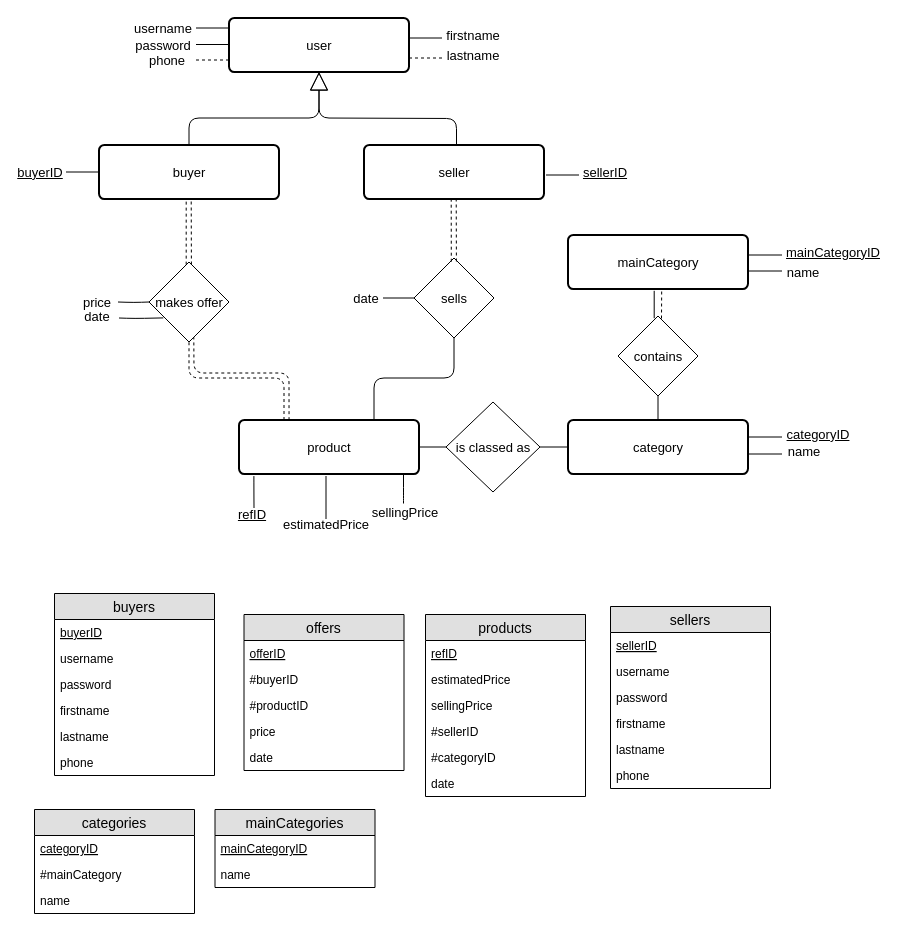
This is modeleEA/modeleEA.drawio from JonathanCaspar/Database-Project, a draw.io file, before an edit. Source tidied: cells renumbered, new cells numbered last; positions are measured from the earlier drawing's top-left corner, leaving out a move shared by most shapes. Both pictures are drawn from the tidied source at 100%, with x=0, y=0 at pixel (19, 17).
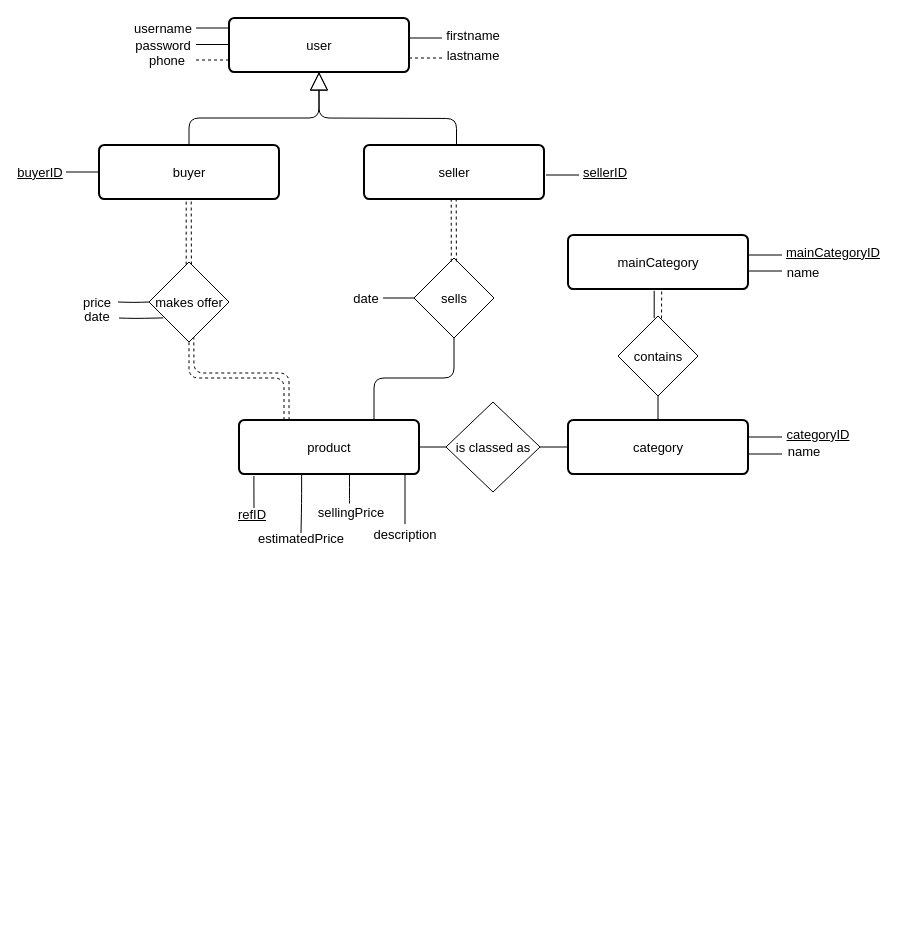
The same page after the edit.

Unchanged cells that the change refers to:
```xml
<mxCell id="38" value="product&lt;br style=&quot;font-size: 13px;&quot;&gt;" style="strokeWidth=2;rounded=1;arcSize=10;whiteSpace=wrap;html=1;align=center;fontSize=13;" parent="1" vertex="1">
  <mxGeometry x="219.5" y="402.5" width="180" height="54" as="geometry" />
</mxCell>
```

Change to the diagram source:
```diff
@@
-    <mxCell id="2" value="buyers" style="swimlane;fontStyle=0;horizontal=1;startSize=26;fillColor=#e0e0e0;swimlaneFillColor=#ffffff;align=center;fontSize=14;" parent="1" vertex="1">
-      <mxGeometry x="35" y="576" width="160" height="182" as="geometry" />
-    </mxCell>
-    <mxCell id="3" value="buyerID" style="text;strokeColor=none;fillColor=none;spacingLeft=4;spacingRight=4;overflow=hidden;fontSize=12;fontStyle=4;" parent="2" vertex="1">
-      <mxGeometry y="26" width="160" height="26" as="geometry" />
-    </mxCell>
-    <mxCell id="4" value="username" style="text;strokeColor=none;fillColor=none;spacingLeft=4;spacingRight=4;overflow=hidden;fontSize=12;" parent="2" vertex="1">
-      <mxGeometry y="52" width="160" height="26" as="geometry" />
-    </mxCell>
-    <mxCell id="5" value="password" style="text;strokeColor=none;fillColor=none;spacingLeft=4;spacingRight=4;overflow=hidden;fontSize=12;" parent="2" vertex="1">
-      <mxGeometry y="78" width="160" height="26" as="geometry" />
-    </mxCell>
-    <mxCell id="6" value="firstname" style="text;strokeColor=none;fillColor=none;spacingLeft=4;spacingRight=4;overflow=hidden;fontSize=12;" parent="2" vertex="1">
-      <mxGeometry y="104" width="160" height="26" as="geometry" />
-    </mxCell>
-    <mxCell id="7" value="lastname" style="text;strokeColor=none;fillColor=none;spacingLeft=4;spacingRight=4;overflow=hidden;fontSize=12;" parent="2" vertex="1">
-      <mxGeometry y="130" width="160" height="26" as="geometry" />
-    </mxCell>
-    <mxCell id="8" value="phone" style="text;strokeColor=none;fillColor=none;spacingLeft=4;spacingRight=4;overflow=hidden;fontSize=12;" parent="2" vertex="1">
-      <mxGeometry y="156" width="160" height="26" as="geometry" />
-    </mxCell>
-    <mxCell id="9" value="sellers" style="swimlane;fontStyle=0;horizontal=1;startSize=26;fillColor=#e0e0e0;swimlaneFillColor=#ffffff;align=center;fontSize=14;" parent="1" vertex="1">
-      <mxGeometry x="591" y="589" width="160" height="182" as="geometry" />
-    </mxCell>
-    <mxCell id="10" value="sellerID" style="text;strokeColor=none;fillColor=none;spacingLeft=4;spacingRight=4;overflow=hidden;fontSize=12;fontStyle=4;" parent="9" vertex="1">
-      <mxGeometry y="26" width="160" height="26" as="geometry" />
-    </mxCell>
-    <mxCell id="11" value="username" style="text;strokeColor=none;fillColor=none;spacingLeft=4;spacingRight=4;overflow=hidden;fontSize=12;" parent="9" vertex="1">
-      <mxGeometry y="52" width="160" height="26" as="geometry" />
-    </mxCell>
-    <mxCell id="12" value="password" style="text;strokeColor=none;fillColor=none;spacingLeft=4;spacingRight=4;overflow=hidden;fontSize=12;" parent="9" vertex="1">
-      <mxGeometry y="78" width="160" height="26" as="geometry" />
-    </mxCell>
-    <mxCell id="13" value="firstname" style="text;strokeColor=none;fillColor=none;spacingLeft=4;spacingRight=4;overflow=hidden;fontSize=12;" parent="9" vertex="1">
-      <mxGeometry y="104" width="160" height="26" as="geometry" />
-    </mxCell>
-    <mxCell id="14" value="lastname" style="text;strokeColor=none;fillColor=none;spacingLeft=4;spacingRight=4;overflow=hidden;fontSize=12;" parent="9" vertex="1">
-      <mxGeometry y="130" width="160" height="26" as="geometry" />
-    </mxCell>
-    <mxCell id="15" value="phone" style="text;strokeColor=none;fillColor=none;spacingLeft=4;spacingRight=4;overflow=hidden;fontSize=12;" parent="9" vertex="1">
-      <mxGeometry y="156" width="160" height="26" as="geometry" />
-    </mxCell>
-    <mxCell id="16" value="products" style="swimlane;fontStyle=0;horizontal=1;startSize=26;fillColor=#e0e0e0;swimlaneFillColor=#ffffff;align=center;fontSize=14;" parent="1" vertex="1">
-      <mxGeometry x="406" y="597" width="160" height="182" as="geometry" />
-    </mxCell>
-    <mxCell id="17" value="refID" style="text;strokeColor=none;fillColor=none;spacingLeft=4;spacingRight=4;overflow=hidden;fontSize=12;fontStyle=4;" parent="16" vertex="1">
-      <mxGeometry y="26" width="160" height="26" as="geometry" />
-    </mxCell>
-    <mxCell id="18" value="estimatedPrice" style="text;strokeColor=none;fillColor=none;spacingLeft=4;spacingRight=4;overflow=hidden;fontSize=12;" parent="16" vertex="1">
-      <mxGeometry y="52" width="160" height="26" as="geometry" />
-    </mxCell>
-    <mxCell id="19" value="sellingPrice" style="text;strokeColor=none;fillColor=none;spacingLeft=4;spacingRight=4;overflow=hidden;fontSize=12;" parent="16" vertex="1">
-      <mxGeometry y="78" width="160" height="26" as="geometry" />
-    </mxCell>
-    <mxCell id="20" value="#sellerID" style="text;strokeColor=none;fillColor=none;spacingLeft=4;spacingRight=4;overflow=hidden;fontSize=12;" parent="16" vertex="1">
-      <mxGeometry y="104" width="160" height="26" as="geometry" />
-    </mxCell>
-    <mxCell id="21" value="#categoryID" style="text;strokeColor=none;fillColor=none;spacingLeft=4;spacingRight=4;overflow=hidden;fontSize=12;" parent="16" vertex="1">
-      <mxGeometry y="130" width="160" height="26" as="geometry" />
-    </mxCell>
-    <mxCell id="22" value="date" style="text;strokeColor=none;fillColor=none;spacingLeft=4;spacingRight=4;overflow=hidden;fontSize=12;" parent="16" vertex="1">
-      <mxGeometry y="156" width="160" height="26" as="geometry" />
-    </mxCell>
-    <mxCell id="23" value="offers" style="swimlane;fontStyle=0;horizontal=1;startSize=26;fillColor=#e0e0e0;swimlaneFillColor=#ffffff;align=center;fontSize=14;" parent="1" vertex="1">
-      <mxGeometry x="224.5" y="597" width="160" height="156" as="geometry" />
-    </mxCell>
-    <mxCell id="24" value="offerID" style="text;strokeColor=none;fillColor=none;spacingLeft=4;spacingRight=4;overflow=hidden;fontSize=12;fontStyle=4;" parent="23" vertex="1">
-      <mxGeometry y="26" width="160" height="26" as="geometry" />
-    </mxCell>
-    <mxCell id="25" value="#buyerID" style="text;strokeColor=none;fillColor=none;spacingLeft=4;spacingRight=4;overflow=hidden;fontSize=12;" parent="23" vertex="1">
-      <mxGeometry y="52" width="160" height="26" as="geometry" />
-    </mxCell>
-    <mxCell id="26" value="#productID" style="text;strokeColor=none;fillColor=none;spacingLeft=4;spacingRight=4;overflow=hidden;fontSize=12;" parent="23" vertex="1">
-      <mxGeometry y="78" width="160" height="26" as="geometry" />
-    </mxCell>
-    <mxCell id="27" value="price" style="text;strokeColor=none;fillColor=none;spacingLeft=4;spacingRight=4;overflow=hidden;fontSize=12;" parent="23" vertex="1">
-      <mxGeometry y="104" width="160" height="26" as="geometry" />
-    </mxCell>
-    <mxCell id="28" value="date" style="text;strokeColor=none;fillColor=none;spacingLeft=4;spacingRight=4;overflow=hidden;fontSize=12;" parent="23" vertex="1">
-      <mxGeometry y="130" width="160" height="26" as="geometry" />
-    </mxCell>
-    <mxCell id="29" value="mainCategories" style="swimlane;fontStyle=0;horizontal=1;startSize=26;fillColor=#e0e0e0;swimlaneFillColor=#ffffff;align=center;fontSize=14;" parent="1" vertex="1">
-      <mxGeometry x="195.5" y="792" width="160" height="78" as="geometry" />
-    </mxCell>
-    <mxCell id="30" value="mainCategoryID" style="text;strokeColor=none;fillColor=none;spacingLeft=4;spacingRight=4;overflow=hidden;fontSize=12;fontStyle=4;" parent="29" vertex="1">
-      <mxGeometry y="26" width="160" height="26" as="geometry" />
-    </mxCell>
-    <mxCell id="31" value="name" style="text;strokeColor=none;fillColor=none;spacingLeft=4;spacingRight=4;overflow=hidden;fontSize=12;" parent="29" vertex="1">
-      <mxGeometry y="52" width="160" height="26" as="geometry" />
-    </mxCell>
-    <mxCell id="32" value="categories" style="swimlane;fontStyle=0;horizontal=1;startSize=26;fillColor=#e0e0e0;swimlaneFillColor=#ffffff;align=center;fontSize=14;" parent="1" vertex="1">
-      <mxGeometry x="15" y="792" width="160" height="104" as="geometry" />
-    </mxCell>
-    <mxCell id="33" value="categoryID" style="text;strokeColor=none;fillColor=none;spacingLeft=4;spacingRight=4;overflow=hidden;fontSize=12;fontStyle=4;" parent="32" vertex="1">
-      <mxGeometry y="26" width="160" height="26" as="geometry" />
-    </mxCell>
-    <mxCell id="34" value="#mainCategory&#10;" style="text;strokeColor=none;fillColor=none;spacingLeft=4;spacingRight=4;overflow=hidden;fontSize=12;" parent="32" vertex="1">
-      <mxGeometry y="52" width="160" height="26" as="geometry" />
-    </mxCell>
-    <mxCell id="35" value="name&#10;" style="text;strokeColor=none;fillColor=none;spacingLeft=4;spacingRight=4;overflow=hidden;fontSize=12;" parent="32" vertex="1">
-      <mxGeometry y="78" width="160" height="26" as="geometry" />
-    </mxCell>
@@
-    <mxCell id="79" style="endArrow=none;html=1;edgeStyle=orthogonalEdgeStyle;fontSize=13;fontColor=none;" parent="1" edge="1">
+    <mxCell id="79" style="endArrow=none;html=1;edgeStyle=orthogonalEdgeStyle;fontSize=13;fontColor=none;exitX=0.348;exitY=1.006;exitDx=0;exitDy=0;exitPerimeter=0;" parent="1" edge="1" source="38">
       <mxGeometry relative="1" as="geometry">
-        <mxPoint x="306.5" y="458.5" as="sourcePoint" />
-        <mxPoint x="306.5" y="501.5" as="targetPoint" />
-        <Array as="points">
-          <mxPoint x="306.5" y="480.5" />
-          <mxPoint x="306.5" y="480.5" />
-        </Array>
+        <mxPoint x="281.5" y="515.5" as="targetPoint" />
       </mxGeometry>
     </mxCell>
     <mxCell id="80" value="&lt;span style=&quot;font-size: 13px;&quot;&gt;estimatedPrice&lt;/span&gt;" style="text;html=1;strokeColor=none;fillColor=none;align=center;verticalAlign=middle;whiteSpace=wrap;rounded=0;fontSize=13;fontColor=none;fontStyle=0;" parent="1" vertex="1">
-      <mxGeometry x="286.5" y="496.7" width="40" height="20" as="geometry" />
+      <mxGeometry x="261.5" y="510.7" width="40" height="20" as="geometry" />
     </mxCell>
     <mxCell id="81" style="endArrow=none;html=1;edgeStyle=orthogonalEdgeStyle;fontSize=13;fontColor=none;" parent="1" edge="1">
       <mxGeometry relative="1" as="geometry">
-        <mxPoint x="384" y="457" as="sourcePoint" />
-        <mxPoint x="384" y="486" as="targetPoint" />
+        <mxPoint x="330" y="457" as="sourcePoint" />
+        <mxPoint x="330" y="486" as="targetPoint" />
         <Array as="points">
-          <mxPoint x="384" y="480" />
-          <mxPoint x="384" y="480" />
+          <mxPoint x="330" y="480" />
+          <mxPoint x="330" y="480" />
         </Array>
       </mxGeometry>
     </mxCell>
     <mxCell id="82" value="&lt;span style=&quot;font-size: 13px;&quot;&gt;sellingPrice&lt;/span&gt;" style="text;html=1;strokeColor=none;fillColor=none;align=center;verticalAlign=middle;whiteSpace=wrap;rounded=0;fontSize=13;fontColor=none;fontStyle=0;" parent="1" vertex="1">
-      <mxGeometry x="366" y="484.7" width="40" height="20" as="geometry" />
+      <mxGeometry x="312" y="484.7" width="40" height="20" as="geometry" />
     </mxCell>
@@
+    <mxCell id="94" style="endArrow=none;html=1;edgeStyle=orthogonalEdgeStyle;fontSize=13;fontColor=none;entryX=0.5;entryY=0;entryDx=0;entryDy=0;" parent="1" edge="1" target="95">
+      <mxGeometry relative="1" as="geometry">
+        <mxPoint x="384.6" y="456.8" as="sourcePoint" />
+        <Array as="points">
+          <mxPoint x="385" y="506" />
+        </Array>
+      </mxGeometry>
+    </mxCell>
+    <mxCell id="95" value="&lt;span style=&quot;font-size: 13px&quot;&gt;description&lt;/span&gt;" style="text;html=1;strokeColor=none;fillColor=none;align=center;verticalAlign=middle;whiteSpace=wrap;rounded=0;fontSize=13;fontColor=none;fontStyle=0;" parent="1" vertex="1">
+      <mxGeometry x="365.5" y="506.7" width="40" height="20" as="geometry" />
+    </mxCell>
```
